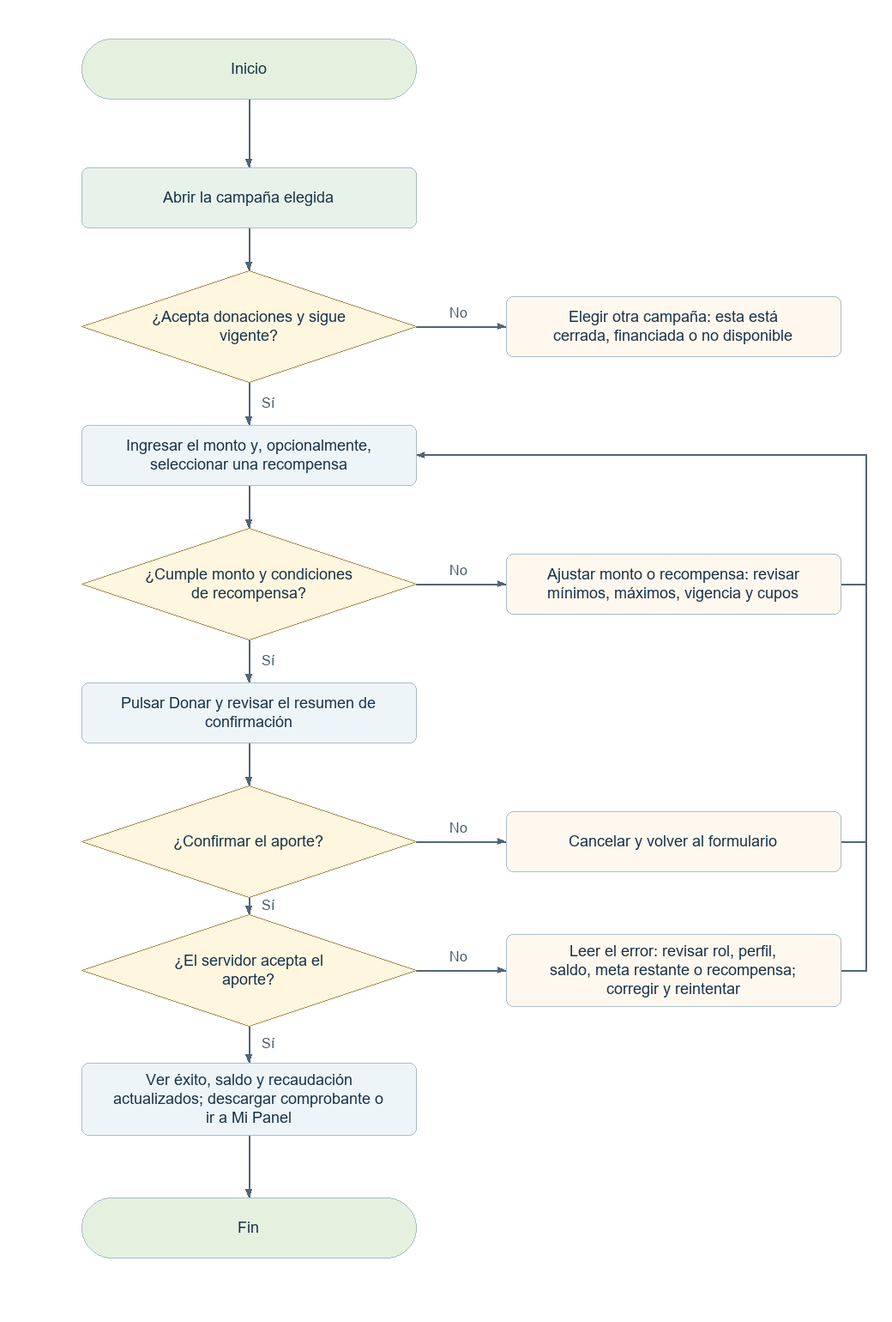
Earlier version of the Mermaid export docs/diagramas-web/png/D03.png (elingeyesdev/t3-crowdfunding-inversion). Its source is kept beside it as docs/diagramas-web/mermaid/D03.mmd. Its diagram source:
```mermaid
flowchart TD
  N0(["Inicio"])
  N0 --> N1
  N1["Abrir la campaña elegida"]
  N1 --> N2
  N2{"¿Acepta donaciones y sigue vigente?"}
  N2 -->|"Sí"| N3
  B2(["Elegir otra campaña: esta está cerrada, financiada o no disponible"])
  N2 -->|"No"| B2
  N3["Ingresar el monto y, opcionalmente, seleccionar una recompensa"]
  N3 --> N4
  N4{"¿Cumple monto y condiciones de recompensa?"}
  N4 -->|"Sí"| N5
  B4["Ajustar monto o recompensa: revisar mínimos, máximos, vigencia y cupos"]
  N4 -->|"No"| B4
  B4 --> N3
  N5["Pulsar Donar y revisar el resumen de confirmación"]
  N5 --> N6
  N6{"¿Confirmar el aporte?"}
  N6 -->|"Sí"| N7
  B6["Cancelar y volver al formulario"]
  N6 -->|"No"| B6
  B6 --> N3
  N7{"¿El servidor acepta el aporte?"}
  N7 -->|"Sí"| N8
  B7["Leer el error: revisar rol, perfil, saldo, meta restante o recompensa; corregir y reintentar"]
  N7 -->|"No"| B7
  B7 --> N3
  N8["Ver éxito, saldo y recaudación actualizados; descargar comprobante o ir a Mi Panel"]
  N8 --> N9
  N9(["Fin"])
```
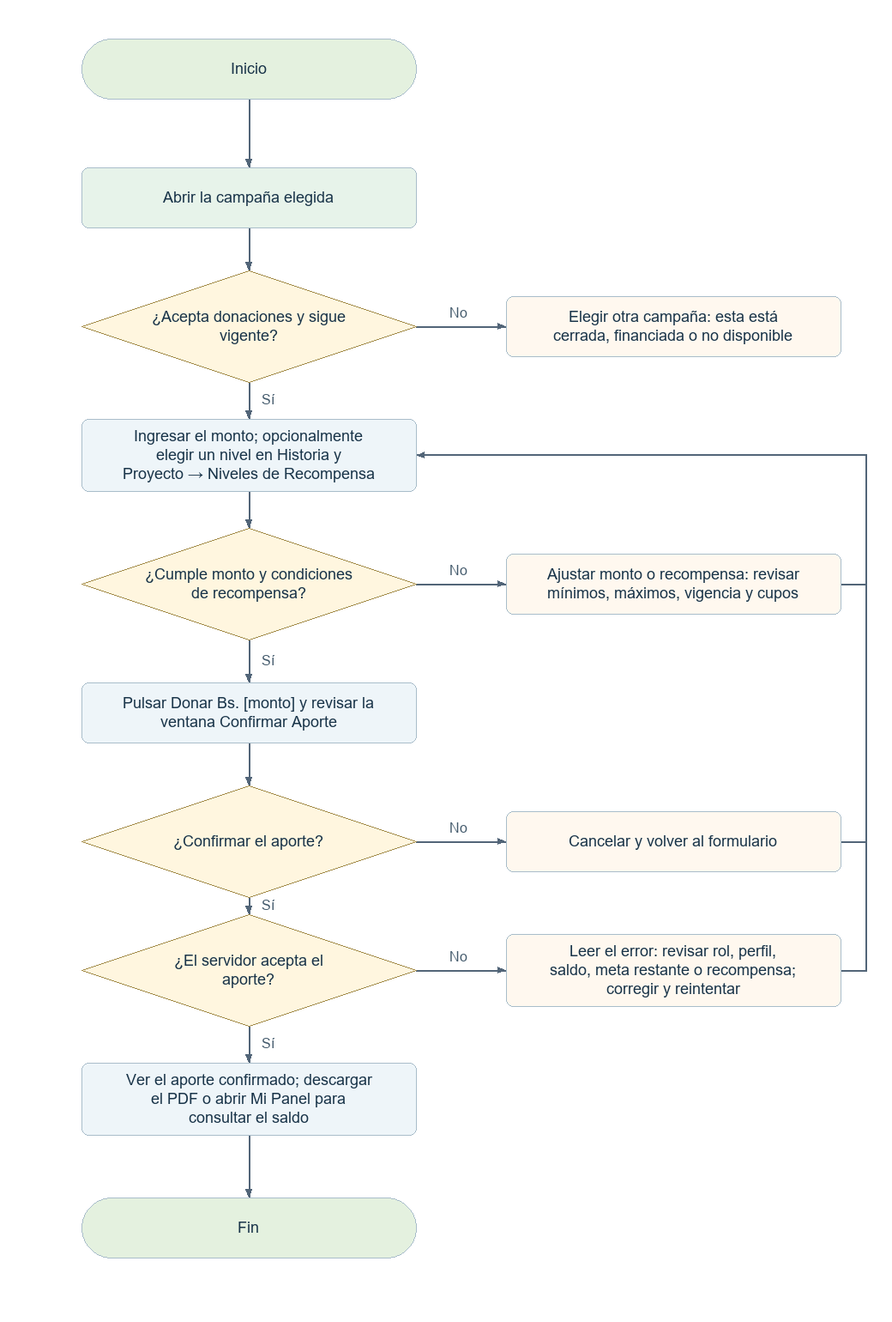
After the change.

Change to the diagram source:
```diff
@@ -7,14 +7,14 @@
   N2 -->|"Sí"| N3
   B2(["Elegir otra campaña: esta está cerrada, financiada o no disponible"])
   N2 -->|"No"| B2
-  N3["Ingresar el monto y, opcionalmente, seleccionar una recompensa"]
+  N3["Ingresar el monto; opcionalmente elegir un nivel en Historia y Proyecto → Niveles de Recompensa"]
   N3 --> N4
   N4{"¿Cumple monto y condiciones de recompensa?"}
   N4 -->|"Sí"| N5
   B4["Ajustar monto o recompensa: revisar mínimos, máximos, vigencia y cupos"]
   N4 -->|"No"| B4
   B4 --> N3
-  N5["Pulsar Donar y revisar el resumen de confirmación"]
+  N5["Pulsar Donar Bs. [monto] y revisar la ventana Confirmar Aporte"]
   N5 --> N6
   N6{"¿Confirmar el aporte?"}
   N6 -->|"Sí"| N7
@@ -26,6 +26,6 @@
   B7["Leer el error: revisar rol, perfil, saldo, meta restante o recompensa; corregir y reintentar"]
   N7 -->|"No"| B7
   B7 --> N3
-  N8["Ver éxito, saldo y recaudación actualizados; descargar comprobante o ir a Mi Panel"]
+  N8["Ver el aporte confirmado; descargar el PDF o abrir Mi Panel para consultar el saldo"]
   N8 --> N9
   N9(["Fin"])
```
